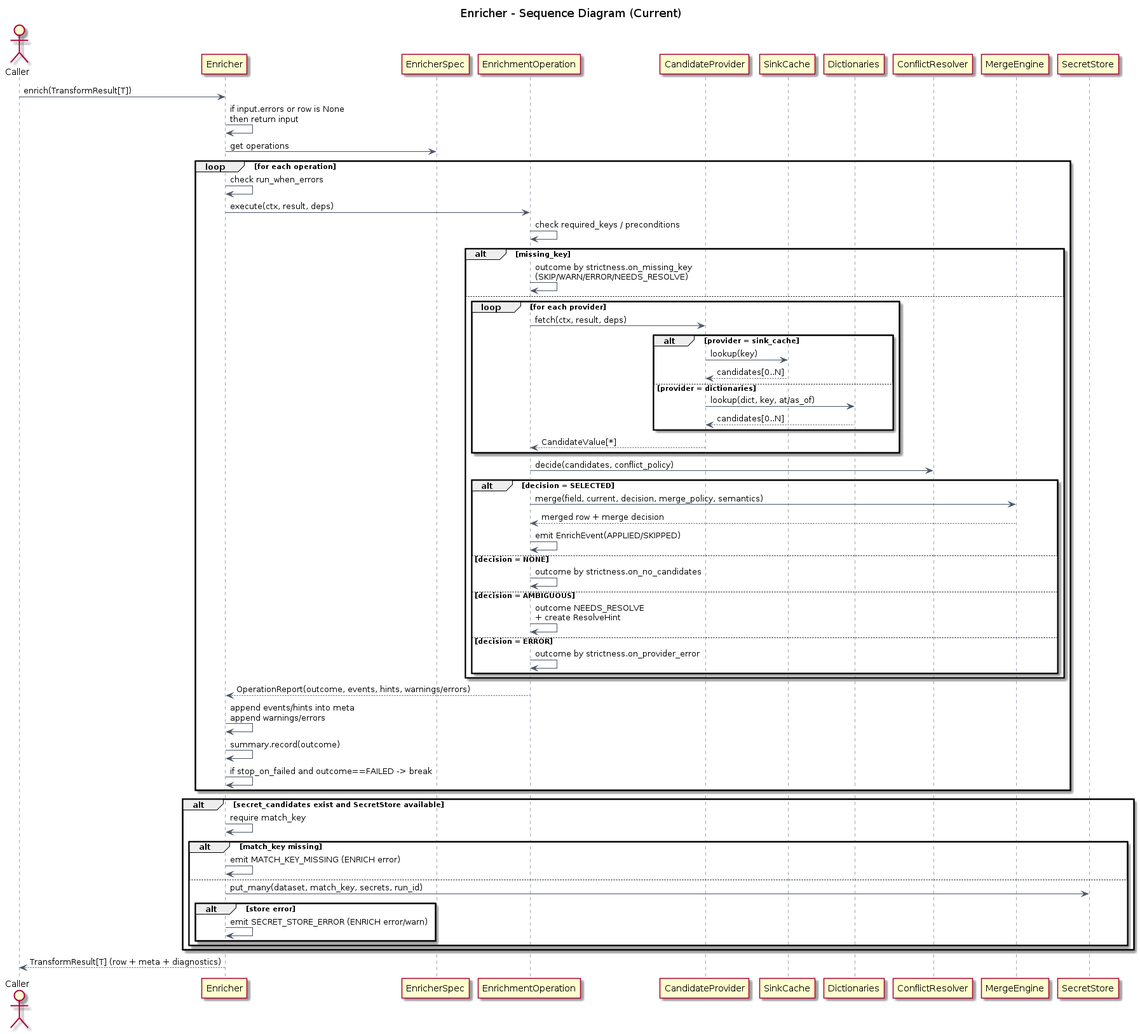
This is docs/uml/transform/enricher/enricher_sequence.png from xORex-LC/nexus-etl, a PlantUML export, as it was before one commit. Its source is kept beside it as docs/uml/transform/enricher/enricher_sequence.puml.
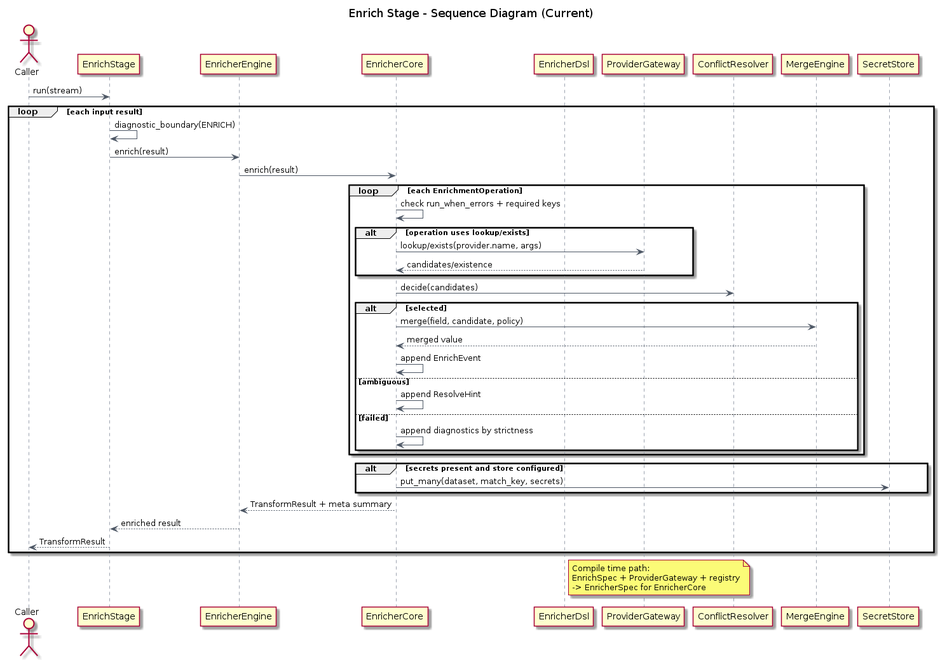
The same file after the commit.

Diff of the diagram source:
```diff
@@ -1,5 +1,5 @@
 @startuml
-title Enricher - Sequence Diagram (Current)
+title Enrich Stage - Sequence Diagram (Current)
 skinparam backgroundColor white
 skinparam linetype ortho
 skinparam defaultFontName Arial
@@ -9,72 +9,52 @@
 }
 
 actor Caller
-participant Enricher
-participant EnricherSpec
-participant "EnrichmentOperation" as Op
-participant "CandidateProvider" as Provider
-participant SinkCache
-participant Dictionaries
+participant EnrichStage
+participant EnricherEngine
+participant EnricherCore
+participant EnricherDsl
+participant ProviderGateway
 participant ConflictResolver
 participant MergeEngine
 participant SecretStore
 
-Caller -> Enricher: enrich(TransformResult[T])
-Enricher -> Enricher: if input.errors or row is None\nthen return input
+Caller -> EnrichStage: run(stream)
+loop each input result
+  EnrichStage -> EnrichStage: diagnostic_boundary(ENRICH)
+  EnrichStage -> EnricherEngine: enrich(result)
+  EnricherEngine -> EnricherCore: enrich(result)
 
-Enricher -> EnricherSpec: get operations
-loop for each operation
-  Enricher -> Enricher: check run_when_errors
-  Enricher -> Op: execute(ctx, result, deps)
-  Op -> Op: check required_keys / preconditions
-
-  alt missing_key
-    Op -> Op: outcome by strictness.on_missing_key\n(SKIP/WARN/ERROR/NEEDS_RESOLVE)
-  else
-    loop for each provider
-      Op -> Provider: fetch(ctx, result, deps)
-      alt provider = sink_cache
-        Provider -> SinkCache: lookup(key)
-        SinkCache --> Provider: candidates[0..N]
-      else provider = dictionaries
-        Provider -> Dictionaries: lookup(dict, key, at/as_of)
-        Dictionaries --> Provider: candidates[0..N]
-      end
-      Provider --> Op: CandidateValue[*]
+  loop each EnrichmentOperation
+    EnricherCore -> EnricherCore: check run_when_errors + required keys
+    alt operation uses lookup/exists
+      EnricherCore -> ProviderGateway: lookup/exists(provider.name, args)
+      ProviderGateway --> EnricherCore: candidates/existence
     end
-
-    Op -> ConflictResolver: decide(candidates, conflict_policy)
-
-    alt decision = SELECTED
-      Op -> MergeEngine: merge(field, current, decision, merge_policy, semantics)
-      MergeEngine --> Op: merged row + merge decision
-      Op -> Op: emit EnrichEvent(APPLIED/SKIPPED)
-    else decision = NONE
-      Op -> Op: outcome by strictness.on_no_candidates
-    else decision = AMBIGUOUS
-      Op -> Op: outcome NEEDS_RESOLVE\n+ create ResolveHint
-    else decision = ERROR
-      Op -> Op: outcome by strictness.on_provider_error
+    EnricherCore -> ConflictResolver: decide(candidates)
+    alt selected
+      EnricherCore -> MergeEngine: merge(field, candidate, policy)
+      MergeEngine --> EnricherCore: merged value
+      EnricherCore -> EnricherCore: append EnrichEvent
+    else ambiguous
+      EnricherCore -> EnricherCore: append ResolveHint
+    else failed
+      EnricherCore -> EnricherCore: append diagnostics by strictness
     end
   end
 
-  Op --> Enricher: OperationReport(outcome, events, hints, warnings/errors)
-  Enricher -> Enricher: append events/hints into meta\nappend warnings/errors
-  Enricher -> Enricher: summary.record(outcome)
-  Enricher -> Enricher: if stop_on_failed and outcome==FAILED -> break
+  alt secrets present and store configured
+    EnricherCore -> SecretStore: put_many(dataset, match_key, secrets)
+  end
+
+  EnricherCore --> EnricherEngine: TransformResult + meta summary
+  EnricherEngine --> EnrichStage: enriched result
+  EnrichStage --> Caller: TransformResult
 end
 
-alt secret_candidates exist and SecretStore available
-  Enricher -> Enricher: require match_key
-  alt match_key missing
-    Enricher -> Enricher: emit MATCH_KEY_MISSING (ENRICH error)
-  else
-    Enricher -> SecretStore: put_many(dataset, match_key, secrets, run_id)
-    alt store error
-      Enricher -> Enricher: emit SECRET_STORE_ERROR (ENRICH error/warn)
-    end
-  end
-end
+note right of EnricherDsl
+Compile time path:
+EnrichSpec + ProviderGateway + registry
+-> EnricherSpec for EnricherCore
+end note
 
-Enricher --> Caller: TransformResult[T] (row + meta + diagnostics)
 @enduml
```
